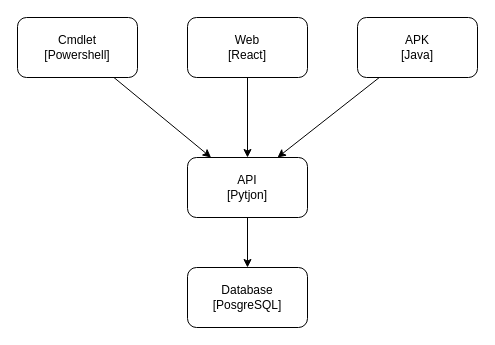
Earlier version of the draw.io diagram Diagrams.drawio (ProductivityTools-TechBricks/ProductivityTools-TechBricks.github.io). Source tidied: cells renumbered, new cells numbered last; positions are measured from the earlier drawing's top-left corner, leaving out a move shared by most shapes. Both pictures are drawn from the tidied source at 100%, with x=0, y=0 at pixel (17, 17).
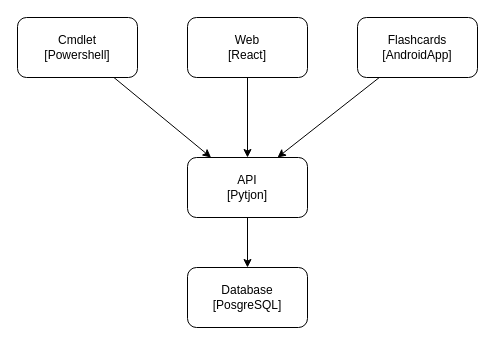
Above is the later version.

Diff of the diagram source:
```diff
@@
 <mxGraphModel>
   <root>
     <mxCell id="0" />
     <mxCell id="1" parent="0" />
     <mxCell id="2" style="edgeStyle=none;rounded=0;jettySize=auto;html=1;" parent="1" edge="1" source="3" target="4">
       <mxGeometry relative="1" as="geometry" />
     </mxCell>
     <mxCell id="3" value="API&lt;br&gt;[Pytjon]" style="rounded=1;whiteSpace=wrap;html=1;" parent="1" vertex="1">
       <mxGeometry x="170" y="140" width="120" height="60" as="geometry" />
     </mxCell>
     <mxCell id="4" value="Database&lt;br&gt;[PosgreSQL]" style="rounded=1;whiteSpace=wrap;html=1;" parent="1" vertex="1">
       <mxGeometry x="170" y="250" width="120" height="60" as="geometry" />
     </mxCell>
     <mxCell id="5" style="rounded=0;jettySize=auto;html=1;" parent="1" edge="1" source="6" target="3">
       <mxGeometry relative="1" as="geometry" />
     </mxCell>
     <mxCell id="6" value="Cmdlet&lt;br&gt;[Powershell]" style="rounded=1;whiteSpace=wrap;html=1;" parent="1" vertex="1">
       <mxGeometry width="120" height="60" as="geometry" />
     </mxCell>
     <mxCell id="7" style="edgeStyle=none;rounded=0;jettySize=auto;html=1;" parent="1" edge="1" source="8" target="3">
       <mxGeometry relative="1" as="geometry" />
     </mxCell>
     <mxCell id="8" value="Web&lt;br&gt;[React]" style="rounded=1;whiteSpace=wrap;html=1;" parent="1" vertex="1">
       <mxGeometry x="170" width="120" height="60" as="geometry" />
     </mxCell>
     <mxCell id="9" style="edgeStyle=none;rounded=0;jettySize=auto;html=1;entryX=0.75;entryY=0;entryDx=0;entryDy=0;" parent="1" edge="1" source="10" target="3">
       <mxGeometry relative="1" as="geometry" />
     </mxCell>
-    <mxCell id="10" value="APK&lt;br&gt;[Java]" style="rounded=1;whiteSpace=wrap;html=1;" parent="1" vertex="1">
+    <mxCell id="10" value="Flashcards&lt;br&gt;[AndroidApp]" style="rounded=1;whiteSpace=wrap;html=1;" parent="1" vertex="1">
       <mxGeometry x="340" width="120" height="60" as="geometry" />
     </mxCell>
   </root>
 </mxGraphModel>
```
